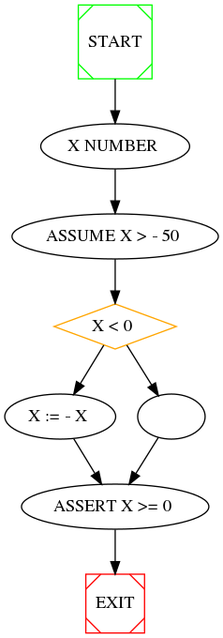
NabeelQaiser/BTP_2k18-19 keeps this Graphviz diagram as wpc/before_versioning_graph.png. Above is the earlier version. Its source is kept beside it as wpc/before_versioning_graph.dot. The source it was exported from:
```dot
digraph G {


	0[ label=""  ] ;

	0 -> 1 ;

	1[ label="X NUMBER "  ] ;

	1 -> 2 ;

	2[ label="ASSUME X > - 50 "  ] ;

	2 -> 3 ;

	3[ label="X < 0 " , color=orange, shape=diamond ] ;

	3 -> 4 ;
	3 -> 5 ;

	4[ label="X := - X "  ] ;

	4 -> 6 ;

	5[ label=""  ] ;

	5 -> 6 ;

	6[ label="ASSERT X >= 0 "  ] ;

	0[ label="START", shape=Msquare, color=green ] ;
	6 -> EXIT ;EXIT[ shape=Msquare, color=red ] ;

}
```
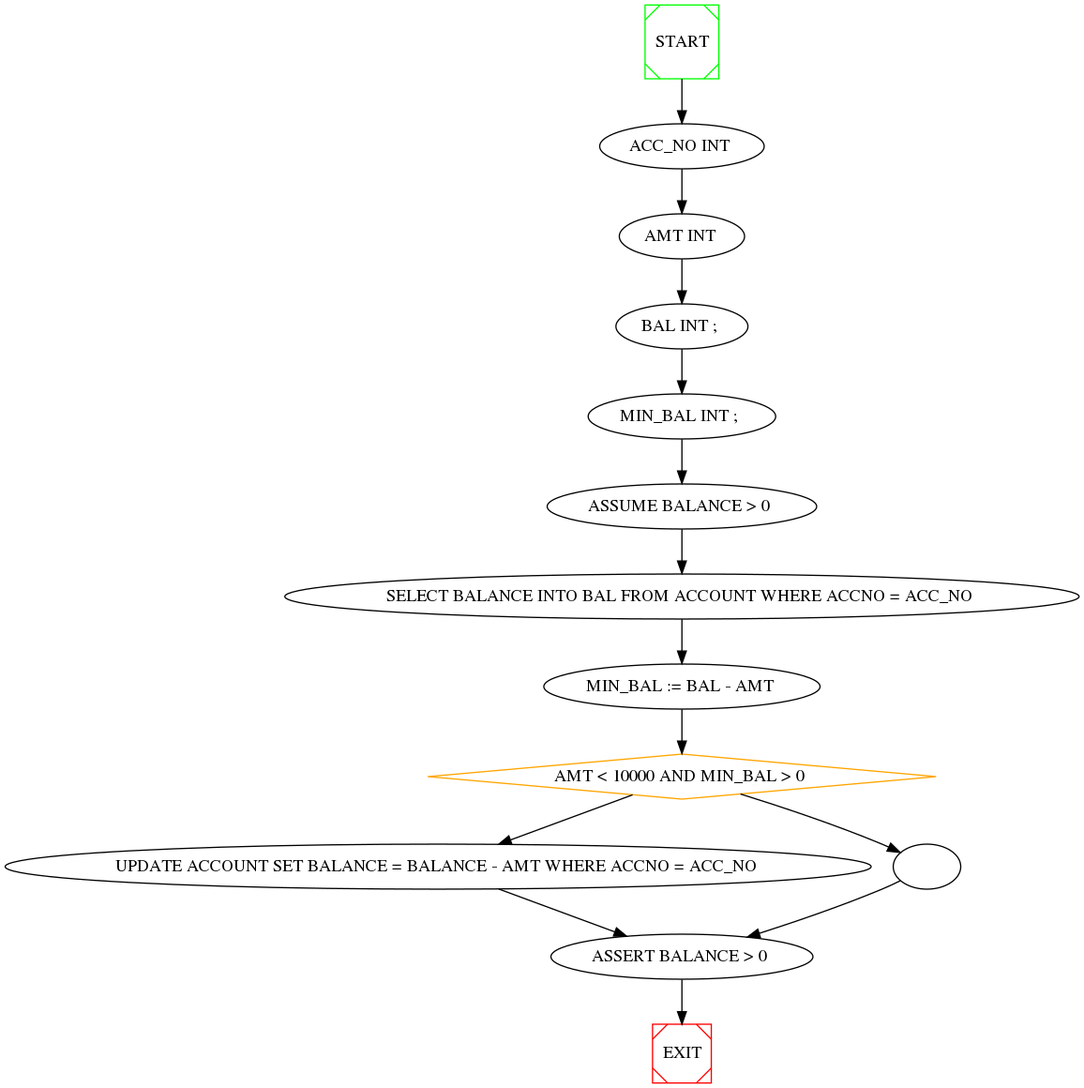
Above is the later version.

Change to the diagram source:
```diff
@@ -5,30 +5,50 @@
 
 	0 -> 1 ;
 
-	1[ label="X NUMBER "  ] ;
+	1[ label="ACC_NO INT "  ] ;
 
 	1 -> 2 ;
 
-	2[ label="ASSUME X > - 50 "  ] ;
+	2[ label="AMT INT "  ] ;
 
 	2 -> 3 ;
 
-	3[ label="X < 0 " , color=orange, shape=diamond ] ;
+	3[ label="BAL INT ; "  ] ;
 
 	3 -> 4 ;
-	3 -> 5 ;
 
-	4[ label="X := - X "  ] ;
+	4[ label="MIN_BAL INT ; "  ] ;
 
-	4 -> 6 ;
+	4 -> 5 ;
 
-	5[ label=""  ] ;
+	5[ label="ASSUME BALANCE > 0 "  ] ;
 
 	5 -> 6 ;
 
-	6[ label="ASSERT X >= 0 "  ] ;
+	6[ label="SELECT BALANCE INTO BAL FROM ACCOUNT WHERE ACCNO = ACC_NO "  ] ;
+
+	6 -> 7 ;
+
+	7[ label="MIN_BAL := BAL - AMT "  ] ;
+
+	7 -> 8 ;
+
+	8[ label="AMT < 10000 AND MIN_BAL > 0 " , color=orange, shape=diamond ] ;
+
+	8 -> 9 ;
+	8 -> 10 ;
+
+	9[ label="UPDATE ACCOUNT SET BALANCE = BALANCE - AMT WHERE ACCNO = ACC_NO "  ] ;
+
+	9 -> 11 ;
+
+	10[ label=""  ] ;
+
+	10 -> 11 ;
+
+	11[ label="ASSERT BALANCE > 0 "  ] ;
 
 	0[ label="START", shape=Msquare, color=green ] ;
-	6 -> EXIT ;EXIT[ shape=Msquare, color=red ] ;
+	11 -> EXIT ;EXIT[ shape=Msquare, color=red ] ;
 
 }
```
